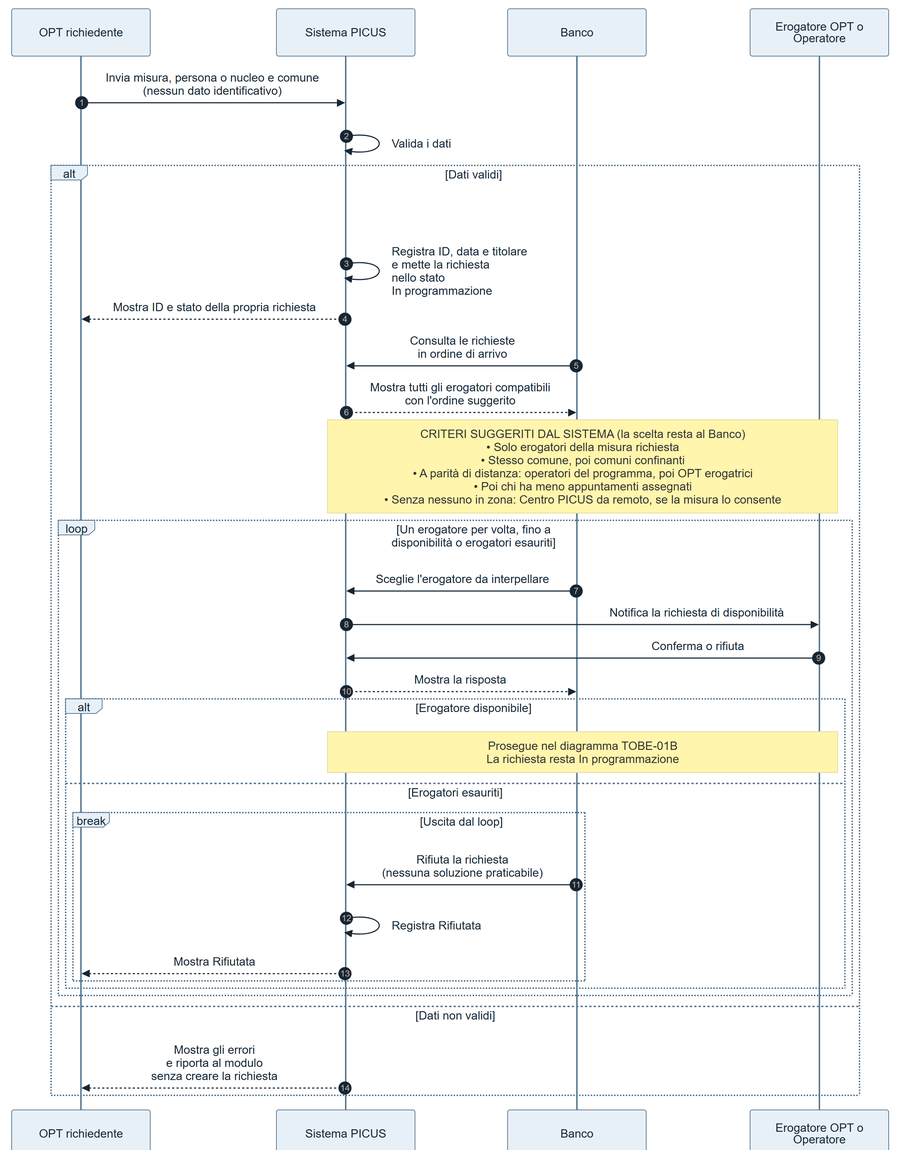
This is docs/requirements/diagrams/to-be/TOBE-01A-richieste-disponibilita.png from Pinguini-alla-Fragola/Progetto-SAD, a Mermaid export, as it was before one commit. Its source is kept beside it as docs/requirements/diagrams/to-be/TOBE-01A-richieste-disponibilita.mmd.
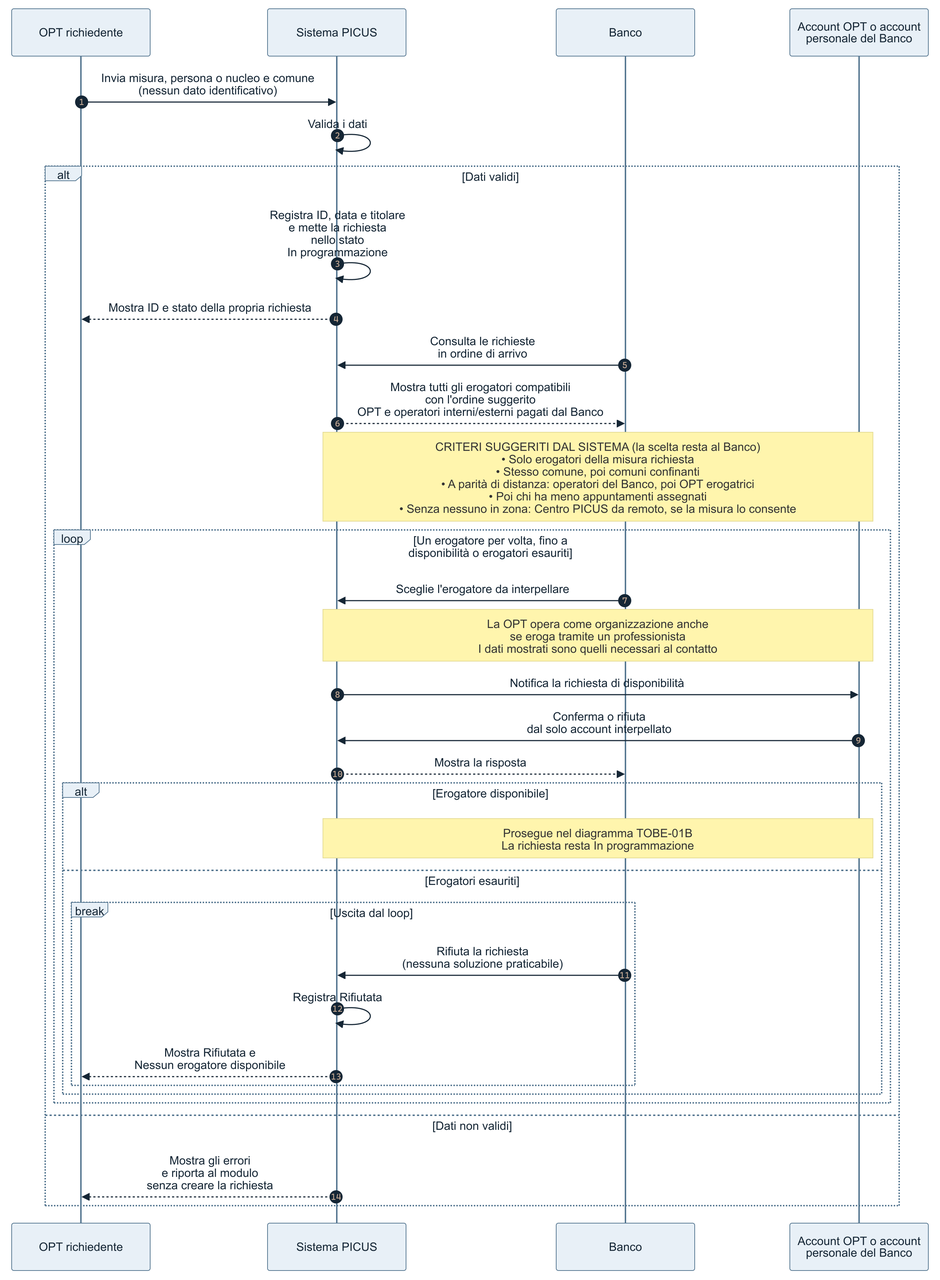
The same file after the commit.

What changed in the source:
```diff
@@ -3,7 +3,7 @@
     participant R as OPT richiedente
     participant S as Sistema PICUS
     participant B as Banco
-    participant E as Erogatore OPT o Operatore
+    participant E as Account OPT o account<br/>personale del Banco
 
     R->>S: Invia misura, persona o nucleo e comune<br/>(nessun dato identificativo)
     S->>S: Valida i dati
@@ -11,12 +11,13 @@
         S->>S: Registra ID, data e titolare<br/>e mette la richiesta<br/>nello stato<br/>In programmazione
         S-->>R: Mostra ID e stato della propria richiesta
         B->>S: Consulta le richieste<br/>in ordine di arrivo
-        S-->>B: Mostra tutti gli erogatori compatibili<br/>con l'ordine suggerito
-        Note over S,E: CRITERI SUGGERITI DAL SISTEMA (la scelta resta al Banco)<br/>• Solo erogatori della misura richiesta<br/>• Stesso comune, poi comuni confinanti<br/>• A parità di distanza: operatori del programma, poi OPT erogatrici<br/>• Poi chi ha meno appuntamenti assegnati<br/>• Senza nessuno in zona: Centro PICUS da remoto, se la misura lo consente
+        S-->>B: Mostra tutti gli erogatori compatibili<br/>con l'ordine suggerito<br/>OPT e operatori interni/esterni pagati dal Banco
+        Note over S,E: CRITERI SUGGERITI DAL SISTEMA (la scelta resta al Banco)<br/>• Solo erogatori della misura richiesta<br/>• Stesso comune, poi comuni confinanti<br/>• A parità di distanza: operatori del Banco, poi OPT erogatrici<br/>• Poi chi ha meno appuntamenti assegnati<br/>• Senza nessuno in zona: Centro PICUS da remoto, se la misura lo consente
         loop Un erogatore per volta, fino a<br/>disponibilità o erogatori esauriti
             B->>S: Sceglie l'erogatore da interpellare
+            Note over S,E: La OPT opera come organizzazione anche<br/>se eroga tramite un professionista<br/>I dati mostrati sono quelli necessari al contatto
             S->>E: Notifica la richiesta di disponibilità
-            E->>S: Conferma o rifiuta
+            E->>S: Conferma o rifiuta<br/>dal solo account interpellato
             S-->>B: Mostra la risposta
             alt Erogatore disponibile
                 Note over S,E: Prosegue nel diagramma TOBE-01B<br/>La richiesta resta In programmazione
@@ -24,7 +25,7 @@
                 break Uscita dal loop
                     B->>S: Rifiuta la richiesta<br/>(nessuna soluzione praticabile)
                     S->>S: Registra Rifiutata
-                    S-->>R: Mostra Rifiutata
+                    S-->>R: Mostra Rifiutata e<br/>Nessun erogatore disponibile
                 end
             end
         end
```
